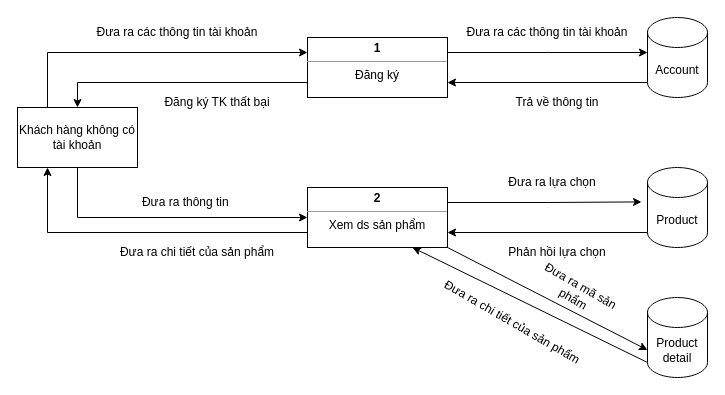
khanh8603/khanh8603 keeps this draw.io diagram as page "DFD Khách hàng ko có TK" (10 of 15) of Diagram for assign.drawio. Above is the earlier version. Source tidied: cells renumbered, new cells numbered last; positions are measured from the earlier drawing's top-left corner, leaving out a move shared by most shapes. Both pictures are drawn from the tidied source at 100%, with x=0, y=0 at pixel (17, 17).
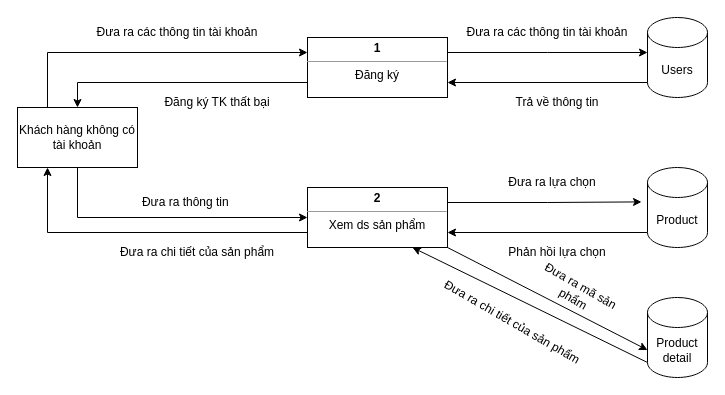
The same diagram, later.

The edit, as a diff of the source:
```diff
@@
-    <mxCell id="5" value="Account" style="shape=cylinder3;whiteSpace=wrap;html=1;boundedLbl=1;backgroundOutline=1;size=15;strokeWidth=1;" parent="1" vertex="1">
+    <mxCell id="5" value="Users" style="shape=cylinder3;whiteSpace=wrap;html=1;boundedLbl=1;backgroundOutline=1;size=15;strokeWidth=1;" parent="1" vertex="1">
       <mxGeometry x="630" width="60" height="80" as="geometry" />
     </mxCell>
```
